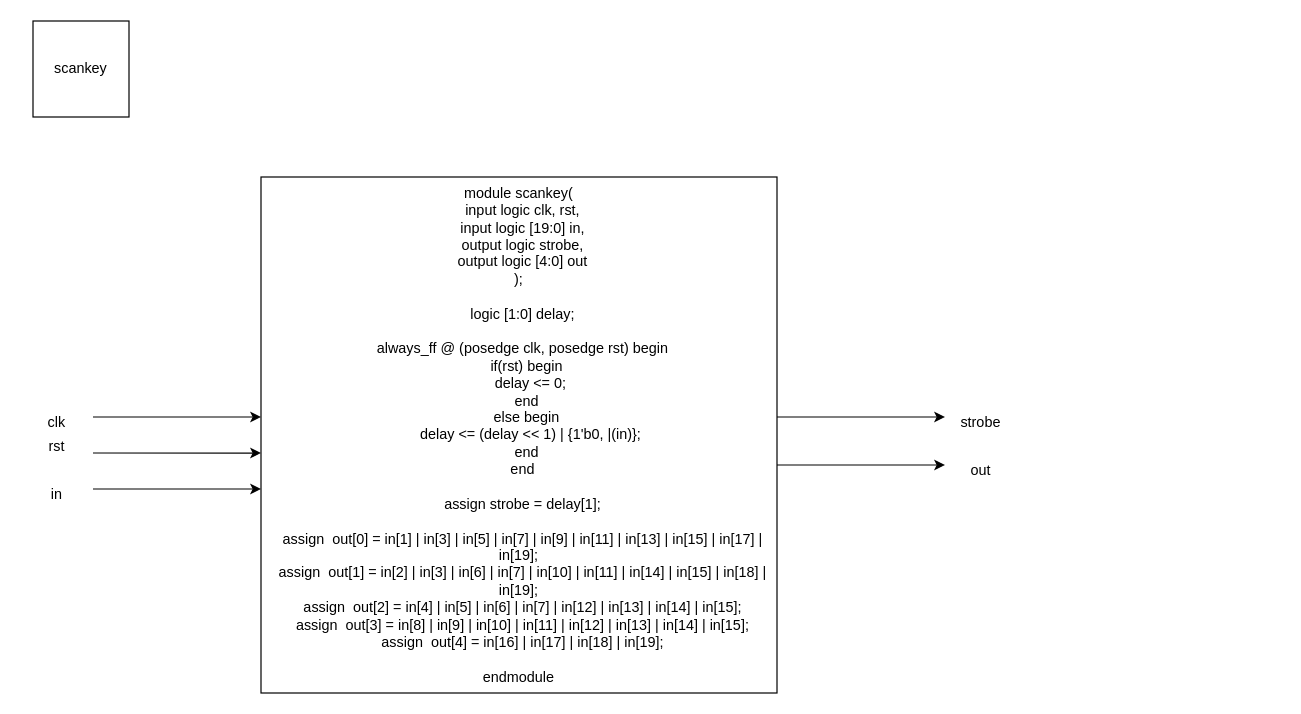
Earlier version of the draw.io diagram Untitled Diagram.drawio (LeoChen21/chenLeo). Source tidied: cells renumbered, new cells numbered last; positions are measured from the earlier drawing's top-left corner, leaving out a move shared by most shapes. Both pictures are drawn from the tidied source at 120%, with x=0, y=0 at pixel (20, 20).
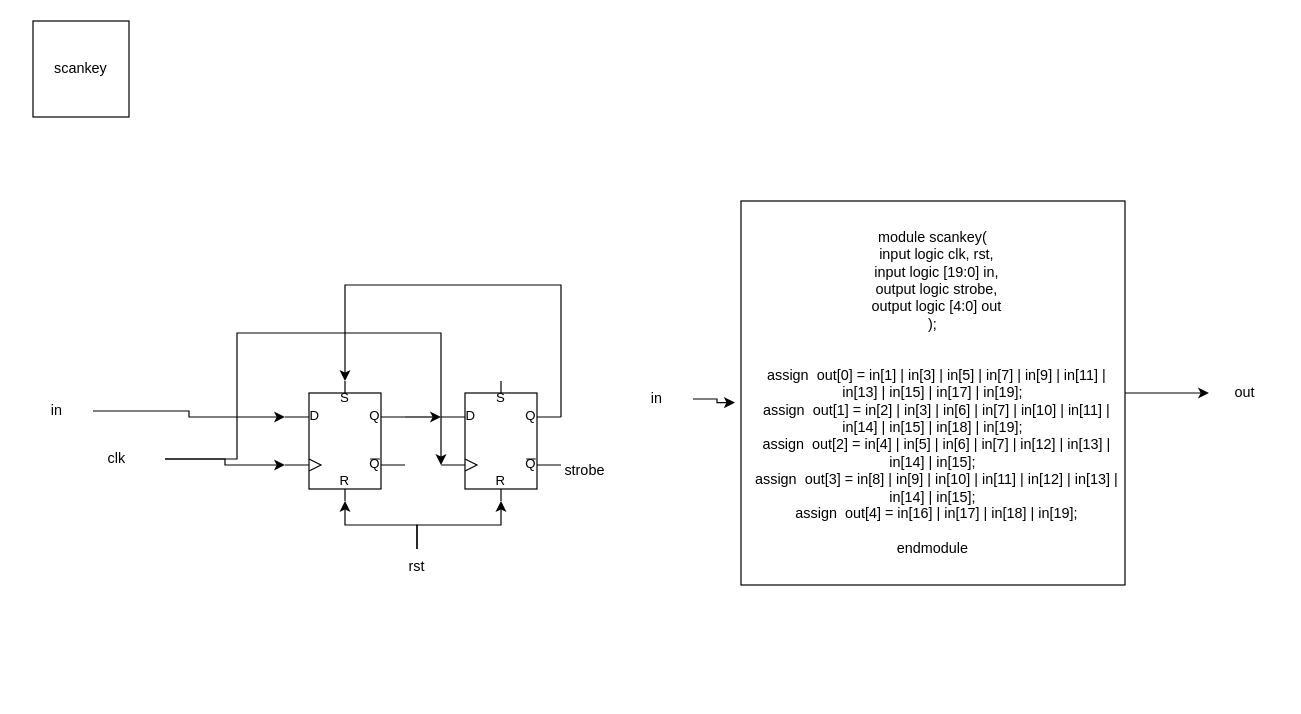
Above is the later version.

What changed in the source:
```diff
@@
+    <mxCell id="14" style="edgeStyle=orthogonalEdgeStyle;rounded=0;jettySize=auto;html=1;entryX=0;entryY=0.5;entryDx=0;entryDy=0;" parent="1" edge="1" source="3" target="13">
+      <mxGeometry relative="1" as="geometry" />
+    </mxCell>
-    <mxCell id="3" value="module scankey(&#10;  input logic clk, rst,&#10;  input logic [19:0] in,&#10;  output logic strobe,&#10;  output logic [4:0] out&#10;);&#10;&#10;  logic [1:0] delay;&#10;&#10;  always_ff @ (posedge clk, posedge rst) begin&#10;    if(rst) begin&#10;      delay &lt;= 0;&#10;    end&#10;    else begin&#10;      delay &lt;= (delay &lt;&lt; 1) | {1'b0, |(in)};&#10;    end&#10;  end&#10; &#10;  assign strobe = delay[1];&#10; &#10;  assign  out[0] = in[1] | in[3] | in[5] | in[7] | in[9] | in[11] | in[13] | in[15] | in[17] | in[19];&#10;  assign  out[1] = in[2] | in[3] | in[6] | in[7] | in[10] | in[11] | in[14] | in[15] | in[18] | in[19];&#10;  assign  out[2] = in[4] | in[5] | in[6] | in[7] | in[12] | in[13] | in[14] | in[15];&#10;  assign  out[3] = in[8] | in[9] | in[10] | in[11] | in[12] | in[13] | in[14] | in[15];&#10;  assign  out[4] = in[16] | in[17] | in[18] | in[19];&#10;&#10;endmodule" style="whiteSpace=wrap;html=1;" parent="1" vertex="1">
-      <mxGeometry x="200" y="130" width="430" height="430" as="geometry" />
+    <mxCell id="3" value="module scankey(&lt;br&gt;&amp;nbsp; input logic clk, rst,&lt;br&gt;&amp;nbsp; input logic [19:0] in,&lt;br&gt;&amp;nbsp; output logic strobe,&lt;br&gt;&amp;nbsp; output logic [4:0] out&lt;br&gt;);&lt;br&gt;&lt;br&gt;&amp;nbsp;&lt;br&gt;&amp;nbsp; assign&amp;nbsp; out[0] = in[1] | in[3] | in[5] | in[7] | in[9] | in[11] | in[13] | in[15] | in[17] | in[19];&lt;br&gt;&amp;nbsp; assign&amp;nbsp; out[1] = in[2] | in[3] | in[6] | in[7] | in[10] | in[11] | in[14] | in[15] | in[18] | in[19];&lt;br&gt;&amp;nbsp; assign&amp;nbsp; out[2] = in[4] | in[5] | in[6] | in[7] | in[12] | in[13] | in[14] | in[15];&lt;br&gt;&amp;nbsp; assign&amp;nbsp; out[3] = in[8] | in[9] | in[10] | in[11] | in[12] | in[13] | in[14] | in[15];&lt;br&gt;&amp;nbsp; assign&amp;nbsp; out[4] = in[16] | in[17] | in[18] | in[19];&lt;br&gt;&lt;br&gt;endmodule" style="whiteSpace=wrap;html=1;" parent="1" vertex="1">
+      <mxGeometry x="600" y="150" width="320" height="320" as="geometry" />
     </mxCell>
-    <mxCell id="4" style="endArrow=classic;html=1;rounded=0;entryX=0;entryY=0.535;entryDx=0;entryDy=0;entryPerimeter=0;" parent="1" edge="1" target="3">
-      <mxGeometry relative="1" as="geometry">
-        <mxPoint x="60" y="360" as="sourcePoint" />
-      </mxGeometry>
-    </mxCell>
-    <mxCell id="5" style="endArrow=classic;html=1;rounded=0;entryX=0;entryY=0.535;entryDx=0;entryDy=0;entryPerimeter=0;" parent="1" edge="1">
-      <mxGeometry relative="1" as="geometry">
-        <mxPoint x="60" y="390" as="sourcePoint" />
-        <mxPoint x="200" y="390" as="targetPoint" />
-      </mxGeometry>
-    </mxCell>
-    <mxCell id="6" style="endArrow=classic;html=1;rounded=0;entryX=0;entryY=0.535;entryDx=0;entryDy=0;entryPerimeter=0;" parent="1" edge="1">
-      <mxGeometry relative="1" as="geometry">
-        <mxPoint x="60" y="330" as="sourcePoint" />
-        <mxPoint x="200" y="330" as="targetPoint" />
-      </mxGeometry>
-    </mxCell>
-    <mxCell id="7" style="endArrow=classic;html=1;rounded=0;entryX=0;entryY=0.535;entryDx=0;entryDy=0;entryPerimeter=0;" parent="1" edge="1">
-      <mxGeometry relative="1" as="geometry">
-        <mxPoint x="630" y="330" as="sourcePoint" />
-        <mxPoint x="770" y="330" as="targetPoint" />
-      </mxGeometry>
-    </mxCell>
-    <mxCell id="8" style="endArrow=classic;html=1;rounded=0;entryX=0;entryY=0.535;entryDx=0;entryDy=0;entryPerimeter=0;" parent="1" edge="1">
-      <mxGeometry relative="1" as="geometry">
-        <mxPoint x="630" y="370" as="sourcePoint" />
-        <mxPoint x="770" y="370" as="targetPoint" />
-      </mxGeometry>
-    </mxCell>
+    <mxCell id="15" style="edgeStyle=orthogonalEdgeStyle;rounded=0;jettySize=auto;html=1;entryX=0;entryY=0.7;entryDx=0;entryDy=0;entryPerimeter=0;" parent="1" edge="1" source="9" target="21">
+      <mxGeometry relative="1" as="geometry" />
+    </mxCell>
+    <mxCell id="16" style="edgeStyle=orthogonalEdgeStyle;rounded=0;jettySize=auto;html=1;entryX=0;entryY=0.7;entryDx=0;entryDy=0;entryPerimeter=0;" parent="1" edge="1" source="9" target="22">
+      <mxGeometry relative="1" as="geometry">
+        <Array as="points">
+          <mxPoint x="180" y="365" />
+          <mxPoint x="180" y="260" />
+          <mxPoint x="350" y="260" />
+        </Array>
+      </mxGeometry>
+    </mxCell>
     <mxCell id="9" value="clk" style="text;html=1;strokeColor=none;fillColor=none;align=center;verticalAlign=middle;whiteSpace=wrap;rounded=0;" parent="1" vertex="1">
-      <mxGeometry y="320" width="60" height="30" as="geometry" />
+      <mxGeometry x="40" y="350" width="80" height="30" as="geometry" />
     </mxCell>
+    <mxCell id="17" style="edgeStyle=orthogonalEdgeStyle;rounded=0;jettySize=auto;html=1;entryX=0.5;entryY=1;entryDx=0;entryDy=0;entryPerimeter=0;" parent="1" edge="1" source="10" target="22">
+      <mxGeometry relative="1" as="geometry" />
+    </mxCell>
+    <mxCell id="18" style="edgeStyle=orthogonalEdgeStyle;rounded=0;jettySize=auto;html=1;entryX=0.5;entryY=1;entryDx=0;entryDy=0;entryPerimeter=0;" parent="1" edge="1" source="10" target="21">
+      <mxGeometry relative="1" as="geometry" />
+    </mxCell>
     <mxCell id="10" value="rst" style="text;html=1;strokeColor=none;fillColor=none;align=center;verticalAlign=middle;whiteSpace=wrap;rounded=0;" parent="1" vertex="1">
-      <mxGeometry y="340" width="60" height="30" as="geometry" />
+      <mxGeometry x="300" y="440" width="60" height="30" as="geometry" />
     </mxCell>
+    <mxCell id="19" style="edgeStyle=orthogonalEdgeStyle;rounded=0;jettySize=auto;html=1;entryX=0;entryY=0.3;entryDx=0;entryDy=0;entryPerimeter=0;" parent="1" edge="1" source="11" target="21">
+      <mxGeometry relative="1" as="geometry" />
+    </mxCell>
     <mxCell id="11" value="in" style="text;html=1;strokeColor=none;fillColor=none;align=center;verticalAlign=middle;whiteSpace=wrap;rounded=0;" parent="1" vertex="1">
-      <mxGeometry y="380" width="60" height="30" as="geometry" />
+      <mxGeometry y="310" width="60" height="30" as="geometry" />
     </mxCell>
     <mxCell id="12" value="&lt;div&gt;strobe&lt;/div&gt;" style="text;html=1;strokeColor=none;fillColor=none;align=center;verticalAlign=middle;whiteSpace=wrap;rounded=0;" parent="1" vertex="1">
-      <mxGeometry x="770" y="320" width="60" height="30" as="geometry" />
+      <mxGeometry x="440" y="360" width="60" height="30" as="geometry" />
     </mxCell>
+    <mxCell id="20" style="edgeStyle=orthogonalEdgeStyle;rounded=0;jettySize=auto;html=1;exitX=1;exitY=0.3;exitDx=0;exitDy=0;exitPerimeter=0;entryX=0;entryY=0.3;entryDx=0;entryDy=0;entryPerimeter=0;" parent="1" edge="1" source="21" target="22">
+      <mxGeometry relative="1" as="geometry" />
+    </mxCell>
+    <mxCell id="21" style="verticalLabelPosition=bottom;shadow=0;dashed=0;align=center;html=1;verticalAlign=top;shape=mxgraph.electrical.logic_gates.d_type_rs_flip-flop;" parent="1" vertex="1">
+      <mxGeometry x="220" y="300" width="100" height="100" as="geometry" />
+    </mxCell>
+    <mxCell id="22" style="verticalLabelPosition=bottom;shadow=0;dashed=0;align=center;html=1;verticalAlign=top;shape=mxgraph.electrical.logic_gates.d_type_rs_flip-flop;" parent="1" vertex="1">
+      <mxGeometry x="350" y="300" width="100" height="100" as="geometry" />
+    </mxCell>
+    <mxCell id="23" style="endArrow=classic;html=1;rounded=0;exitX=1;exitY=0.3;exitDx=0;exitDy=0;exitPerimeter=0;entryX=0.5;entryY=0;entryDx=0;entryDy=0;entryPerimeter=0;" parent="1" edge="1" source="22" target="21">
+      <mxGeometry relative="1" as="geometry">
+        <Array as="points">
+          <mxPoint x="450" y="220" />
+          <mxPoint x="270" y="220" />
+        </Array>
+      </mxGeometry>
+    </mxCell>
+    <mxCell id="24" style="edgeStyle=orthogonalEdgeStyle;rounded=0;jettySize=auto;html=1;entryX=-0.016;entryY=0.525;entryDx=0;entryDy=0;entryPerimeter=0;" parent="1" edge="1" source="25" target="3">
+      <mxGeometry relative="1" as="geometry" />
+    </mxCell>
+    <mxCell id="25" value="&lt;div&gt;in&lt;/div&gt;" style="text;html=1;strokeColor=none;fillColor=none;align=center;verticalAlign=middle;whiteSpace=wrap;rounded=0;" parent="1" vertex="1">
+      <mxGeometry x="500" y="300" width="60" height="30" as="geometry" />
+    </mxCell>
-    <mxCell id="13" value="out" style="text;html=1;strokeColor=none;fillColor=none;align=center;verticalAlign=middle;whiteSpace=wrap;rounded=0;" parent="1" vertex="1">
-      <mxGeometry x="770" y="360" width="60" height="30" as="geometry" />
+    <mxCell id="13" value="&lt;div&gt;out&lt;/div&gt;" style="text;html=1;strokeColor=none;fillColor=none;align=center;verticalAlign=middle;whiteSpace=wrap;rounded=0;" parent="1" vertex="1">
+      <mxGeometry x="990" y="295" width="60" height="30" as="geometry" />
     </mxCell>
```
